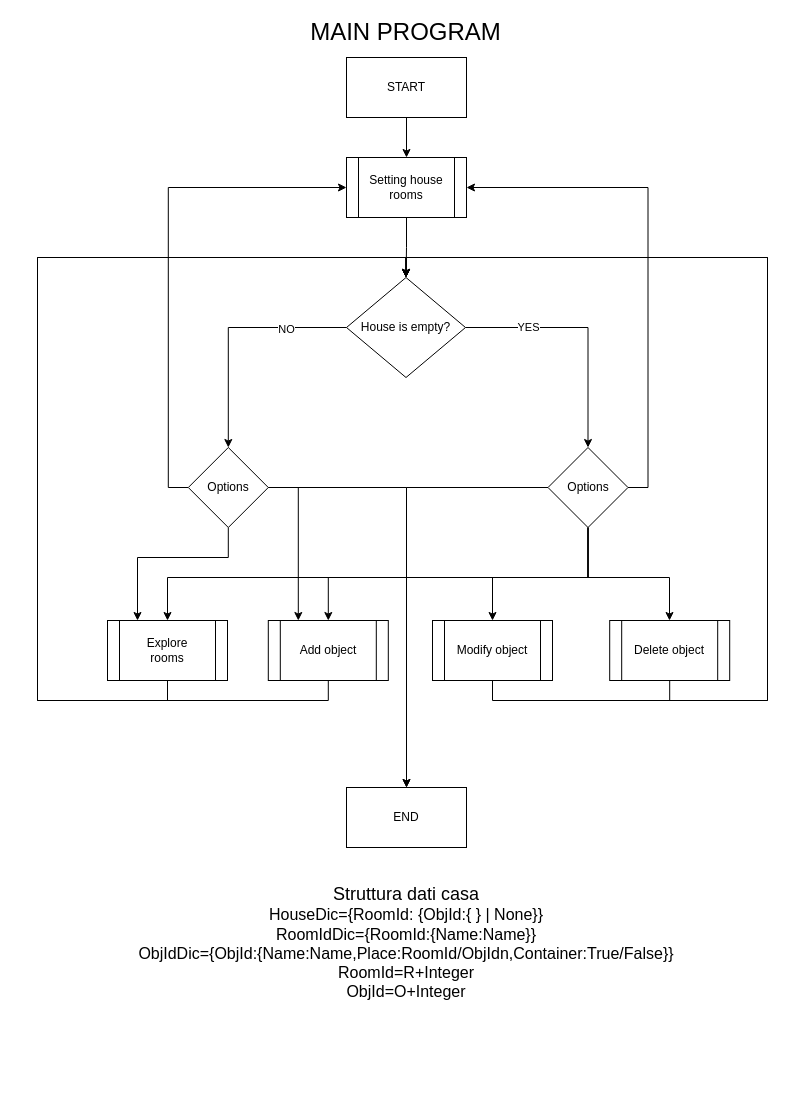
The draw.io diagram page "Main" (1 of 8) of projects/final-project/House_catalog.drawio in tomorrowdevs-projects/programming-basics-recursion, before the edit. Source tidied: cells renumbered, new cells numbered last; positions are measured from the earlier drawing's top-left corner, leaving out a move shared by most shapes. Both pictures are drawn from the tidied source at 100%, with x=0, y=0 at pixel (37, 17).
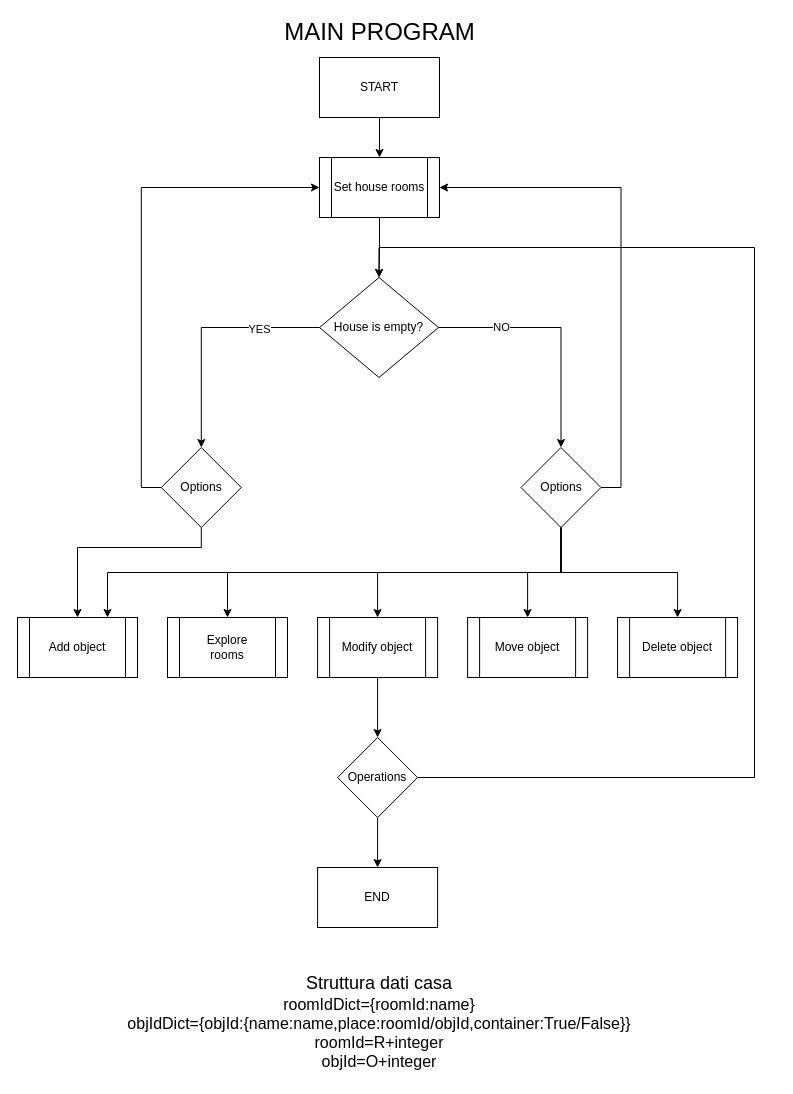
After the change.

Unchanged cells that the change refers to:
```xml
<mxCell id="15" style="edgeStyle=orthogonalEdgeStyle;rounded=0;jettySize=auto;html=1;" parent="1" edge="1" source="19" target="26">
  <mxGeometry relative="1" as="geometry" />
</mxCell>
<mxCell id="17" style="edgeStyle=orthogonalEdgeStyle;rounded=0;jettySize=auto;html=1;" parent="1" edge="1" source="19" target="31">
  <mxGeometry relative="1" as="geometry" />
</mxCell>
```

Diff of the diagram source:
```diff
@@
     <mxCell id="2" value="&lt;font style=&quot;font-size: 24px;&quot;&gt;MAIN PROGRAM&lt;/font&gt;" style="text;html=1;align=center;verticalAlign=middle;whiteSpace=wrap;rounded=0;" parent="1" vertex="1">
-      <mxGeometry x="261" width="215" height="30" as="geometry" />
+      <mxGeometry x="234.5" width="215" height="30" as="geometry" />
     </mxCell>
@@
-    <mxCell id="4" value="Setting house rooms" style="shape=process;whiteSpace=wrap;html=1;backgroundOutline=1;" parent="1" vertex="1">
-      <mxGeometry x="309" y="140" width="120" height="60" as="geometry" />
+    <mxCell id="4" value="Set house rooms" style="shape=process;whiteSpace=wrap;html=1;backgroundOutline=1;" parent="1" vertex="1">
+      <mxGeometry x="282" y="140" width="120" height="60" as="geometry" />
     </mxCell>
-    <mxCell id="5" style="edgeStyle=orthogonalEdgeStyle;rounded=0;jettySize=auto;html=1;exitX=0.5;exitY=1;exitDx=0;exitDy=0;entryX=0.5;entryY=0;entryDx=0;entryDy=0;" parent="1" edge="1" source="6" target="19">
-      <mxGeometry relative="1" as="geometry">
-        <Array as="points">
-          <mxPoint x="130" y="683" />
-          <mxPoint y="683" />
-          <mxPoint y="240" />
-          <mxPoint x="369" y="240" />
-        </Array>
-      </mxGeometry>
-    </mxCell>
     <mxCell id="6" value="Explore&lt;div&gt;rooms&lt;/div&gt;" style="shape=process;whiteSpace=wrap;html=1;backgroundOutline=1;" parent="1" vertex="1">
-      <mxGeometry x="70" y="603" width="120" height="60" as="geometry" />
+      <mxGeometry x="130" y="600" width="120" height="60" as="geometry" />
     </mxCell>
@@
     <mxCell id="8" value="START" style="rounded=0;whiteSpace=wrap;html=1;" parent="1" vertex="1">
-      <mxGeometry x="309" y="40" width="120" height="60" as="geometry" />
+      <mxGeometry x="282" y="40" width="120" height="60" as="geometry" />
     </mxCell>
-    <mxCell id="9" style="edgeStyle=orthogonalEdgeStyle;rounded=0;jettySize=auto;html=1;exitX=0.5;exitY=1;exitDx=0;exitDy=0;entryX=0.5;entryY=0;entryDx=0;entryDy=0;" parent="1" edge="1" source="10" target="19">
-      <mxGeometry relative="1" as="geometry">
-        <Array as="points">
-          <mxPoint x="291" y="683" />
-          <mxPoint y="683" />
-          <mxPoint y="240" />
-          <mxPoint x="369" y="240" />
-        </Array>
-      </mxGeometry>
-    </mxCell>
     <mxCell id="10" value="Add object" style="shape=process;whiteSpace=wrap;html=1;backgroundOutline=1;" parent="1" vertex="1">
-      <mxGeometry x="230.8" y="603" width="120" height="60" as="geometry" />
+      <mxGeometry x="-20" y="600" width="120" height="60" as="geometry" />
     </mxCell>
-    <mxCell id="11" style="edgeStyle=orthogonalEdgeStyle;rounded=0;jettySize=auto;html=1;exitX=0.5;exitY=1;exitDx=0;exitDy=0;entryX=0.5;entryY=0;entryDx=0;entryDy=0;" parent="1" edge="1" source="12" target="19">
-      <mxGeometry relative="1" as="geometry">
-        <Array as="points">
-          <mxPoint x="455" y="683" />
-          <mxPoint x="730" y="683" />
-          <mxPoint x="730" y="240" />
-          <mxPoint x="369" y="240" />
-        </Array>
-      </mxGeometry>
-    </mxCell>
+    <mxCell id="34" style="edgeStyle=orthogonalEdgeStyle;rounded=0;jettySize=auto;html=1;" parent="1" edge="1" source="12" target="39">
+      <mxGeometry relative="1" as="geometry" />
+    </mxCell>
     <mxCell id="12" value="Modify object" style="shape=process;whiteSpace=wrap;html=1;backgroundOutline=1;" parent="1" vertex="1">
-      <mxGeometry x="395" y="603" width="120" height="60" as="geometry" />
+      <mxGeometry x="280.1" y="600" width="120" height="60" as="geometry" />
     </mxCell>
-    <mxCell id="13" style="edgeStyle=orthogonalEdgeStyle;rounded=0;jettySize=auto;html=1;exitX=0.5;exitY=1;exitDx=0;exitDy=0;entryX=0.5;entryY=0;entryDx=0;entryDy=0;" parent="1" edge="1" source="14" target="19">
-      <mxGeometry relative="1" as="geometry">
-        <Array as="points">
-          <mxPoint x="632" y="683" />
-          <mxPoint x="730" y="683" />
-          <mxPoint x="730" y="240" />
-          <mxPoint x="369" y="240" />
-        </Array>
-      </mxGeometry>
-    </mxCell>
     <mxCell id="14" value="Delete object" style="shape=process;whiteSpace=wrap;html=1;backgroundOutline=1;" parent="1" vertex="1">
-      <mxGeometry x="572.2" y="603" width="120" height="60" as="geometry" />
+      <mxGeometry x="580.1" y="600" width="120" height="60" as="geometry" />
     </mxCell>
@@
-    <mxCell id="16" value="YES" style="edgeLabel;html=1;align=center;verticalAlign=middle;" parent="15" vertex="1">
+    <mxCell id="16" value="NO" style="edgeLabel;html=1;align=center;verticalAlign=middle;" parent="15" vertex="1">
       <mxGeometry x="-0.49" y="1" relative="1" as="geometry" />
     </mxCell>
@@
-    <mxCell id="18" value="NO" style="edgeLabel;html=1;align=center;verticalAlign=middle;" parent="17" vertex="1">
+    <mxCell id="18" value="YES" style="edgeLabel;html=1;align=center;verticalAlign=middle;" parent="17" vertex="1">
       <mxGeometry x="-0.49" y="1" relative="1" as="geometry" />
     </mxCell>
     <mxCell id="19" value="House is empty?" style="rhombus;whiteSpace=wrap;html=1;" parent="1" vertex="1">
-      <mxGeometry x="309" y="260" width="119" height="100" as="geometry" />
+      <mxGeometry x="282" y="260" width="119" height="100" as="geometry" />
     </mxCell>
-    <mxCell id="20" style="edgeStyle=orthogonalEdgeStyle;rounded=0;jettySize=auto;html=1;exitX=0.5;exitY=1;exitDx=0;exitDy=0;" parent="1" edge="1" source="26" target="14">
-      <mxGeometry relative="1" as="geometry">
-        <Array as="points">
-          <mxPoint x="551" y="560" />
-          <mxPoint x="632" y="560" />
-        </Array>
-      </mxGeometry>
-    </mxCell>
-    <mxCell id="21" style="edgeStyle=orthogonalEdgeStyle;rounded=0;jettySize=auto;html=1;exitX=0.5;exitY=1;exitDx=0;exitDy=0;entryX=0.5;entryY=0;entryDx=0;entryDy=0;" parent="1" edge="1" source="26" target="12">
-      <mxGeometry relative="1" as="geometry">
-        <Array as="points">
-          <mxPoint x="551" y="560" />
-          <mxPoint x="455" y="560" />
-        </Array>
-      </mxGeometry>
-    </mxCell>
+    <mxCell id="24" style="edgeStyle=orthogonalEdgeStyle;rounded=0;jettySize=auto;html=1;exitX=1;exitY=0.5;exitDx=0;exitDy=0;entryX=1;entryY=0.5;entryDx=0;entryDy=0;" parent="1" edge="1" source="26" target="4">
+      <mxGeometry relative="1" as="geometry" />
+    </mxCell>
-    <mxCell id="22" style="edgeStyle=orthogonalEdgeStyle;rounded=0;jettySize=auto;html=1;exitX=0.5;exitY=1;exitDx=0;exitDy=0;entryX=0.5;entryY=0;entryDx=0;entryDy=0;" parent="1" edge="1" source="26" target="10">
-      <mxGeometry relative="1" as="geometry">
-        <Array as="points">
-          <mxPoint x="551" y="560" />
-          <mxPoint x="291" y="560" />
-        </Array>
-      </mxGeometry>
+    <mxCell id="22" style="edgeStyle=orthogonalEdgeStyle;rounded=0;jettySize=auto;html=1;exitX=0.5;exitY=1;exitDx=0;exitDy=0;entryX=0.75;entryY=0;entryDx=0;entryDy=0;" parent="1" edge="1" source="26" target="10">
+      <mxGeometry relative="1" as="geometry" />
     </mxCell>
     <mxCell id="23" style="edgeStyle=orthogonalEdgeStyle;rounded=0;jettySize=auto;html=1;exitX=0.5;exitY=1;exitDx=0;exitDy=0;entryX=0.5;entryY=0;entryDx=0;entryDy=0;" parent="1" edge="1" source="26" target="6">
-      <mxGeometry relative="1" as="geometry">
-        <Array as="points">
-          <mxPoint x="551" y="560" />
-          <mxPoint x="130" y="560" />
-        </Array>
-      </mxGeometry>
+      <mxGeometry relative="1" as="geometry" />
     </mxCell>
-    <mxCell id="24" style="edgeStyle=orthogonalEdgeStyle;rounded=0;jettySize=auto;html=1;exitX=1;exitY=0.5;exitDx=0;exitDy=0;entryX=1;entryY=0.5;entryDx=0;entryDy=0;" parent="1" edge="1" source="26" target="4">
-      <mxGeometry relative="1" as="geometry" />
-    </mxCell>
-    <mxCell id="25" style="edgeStyle=orthogonalEdgeStyle;rounded=0;jettySize=auto;html=1;exitX=0;exitY=0.5;exitDx=0;exitDy=0;entryX=0.5;entryY=0;entryDx=0;entryDy=0;" parent="1" edge="1" source="26" target="32">
-      <mxGeometry relative="1" as="geometry" />
-    </mxCell>
+    <mxCell id="21" style="edgeStyle=orthogonalEdgeStyle;rounded=0;jettySize=auto;html=1;exitX=0.5;exitY=1;exitDx=0;exitDy=0;entryX=0.5;entryY=0;entryDx=0;entryDy=0;" parent="1" edge="1" source="26" target="12">
+      <mxGeometry relative="1" as="geometry" />
+    </mxCell>
+    <mxCell id="35" style="edgeStyle=orthogonalEdgeStyle;rounded=0;jettySize=auto;html=1;exitX=0.5;exitY=1;exitDx=0;exitDy=0;entryX=0.5;entryY=0;entryDx=0;entryDy=0;" parent="1" edge="1" source="26" target="36">
+      <mxGeometry relative="1" as="geometry" />
+    </mxCell>
+    <mxCell id="20" style="edgeStyle=orthogonalEdgeStyle;rounded=0;jettySize=auto;html=1;exitX=0.5;exitY=1;exitDx=0;exitDy=0;entryX=0.5;entryY=0;entryDx=0;entryDy=0;" parent="1" edge="1" source="26" target="14">
+      <mxGeometry relative="1" as="geometry" />
+    </mxCell>
     <mxCell id="26" value="Options" style="rhombus;whiteSpace=wrap;html=1;" parent="1" vertex="1">
-      <mxGeometry x="510.5" y="430" width="80" height="80" as="geometry" />
+      <mxGeometry x="483.5" y="430" width="80" height="80" as="geometry" />
     </mxCell>
-    <mxCell id="27" style="edgeStyle=orthogonalEdgeStyle;rounded=0;jettySize=auto;html=1;exitX=0.5;exitY=1;exitDx=0;exitDy=0;entryX=0.25;entryY=0;entryDx=0;entryDy=0;" parent="1" edge="1" source="31" target="6">
-      <mxGeometry relative="1" as="geometry">
-        <Array as="points">
-          <mxPoint x="191" y="540" />
-          <mxPoint x="100" y="540" />
-        </Array>
-      </mxGeometry>
-    </mxCell>
+    <mxCell id="29" style="edgeStyle=orthogonalEdgeStyle;rounded=0;jettySize=auto;html=1;exitX=0;exitY=0.5;exitDx=0;exitDy=0;entryX=0;entryY=0.5;entryDx=0;entryDy=0;" parent="1" edge="1" source="31" target="4">
+      <mxGeometry relative="1" as="geometry" />
+    </mxCell>
-    <mxCell id="28" style="edgeStyle=orthogonalEdgeStyle;rounded=0;jettySize=auto;html=1;exitX=1;exitY=0.5;exitDx=0;exitDy=0;entryX=0.25;entryY=0;entryDx=0;entryDy=0;" parent="1" edge="1" source="31" target="10">
-      <mxGeometry relative="1" as="geometry" />
+    <mxCell id="28" style="edgeStyle=orthogonalEdgeStyle;rounded=0;jettySize=auto;html=1;exitX=0.5;exitY=1;exitDx=0;exitDy=0;entryX=0.5;entryY=0;entryDx=0;entryDy=0;" parent="1" edge="1" source="31" target="10">
+      <mxGeometry relative="1" as="geometry">
+        <Array as="points">
+          <mxPoint x="164" y="530" />
+          <mxPoint x="40" y="530" />
+        </Array>
+      </mxGeometry>
     </mxCell>
-    <mxCell id="29" style="edgeStyle=orthogonalEdgeStyle;rounded=0;jettySize=auto;html=1;exitX=0;exitY=0.5;exitDx=0;exitDy=0;entryX=0;entryY=0.5;entryDx=0;entryDy=0;" parent="1" edge="1" source="31" target="4">
-      <mxGeometry relative="1" as="geometry" />
-    </mxCell>
-    <mxCell id="30" style="edgeStyle=orthogonalEdgeStyle;rounded=0;jettySize=auto;html=1;exitX=1;exitY=0.5;exitDx=0;exitDy=0;entryX=0.5;entryY=0;entryDx=0;entryDy=0;" parent="1" edge="1" source="31" target="32">
-      <mxGeometry relative="1" as="geometry" />
-    </mxCell>
     <mxCell id="31" value="Options" style="rhombus;whiteSpace=wrap;html=1;" parent="1" vertex="1">
-      <mxGeometry x="150.8" y="430" width="80" height="80" as="geometry" />
+      <mxGeometry x="123.8" y="430" width="80" height="80" as="geometry" />
     </mxCell>
     <mxCell id="32" value="END" style="rounded=0;whiteSpace=wrap;html=1;" parent="1" vertex="1">
-      <mxGeometry x="309" y="770" width="120" height="60" as="geometry" />
+      <mxGeometry x="280.1" y="850" width="120" height="60" as="geometry" />
     </mxCell>
-    <mxCell id="33" value="&lt;font style=&quot;font-size: 18px;&quot;&gt;Struttura dati casa&lt;/font&gt;&lt;div&gt;&lt;font size=&quot;3&quot;&gt;HouseDic={RoomId: {ObjId:{ } | None}}&lt;/font&gt;&lt;/div&gt;&lt;div&gt;&lt;font size=&quot;3&quot;&gt;RoomIdDic={RoomId:{Name:Name}}&lt;/font&gt;&lt;/div&gt;&lt;div&gt;&lt;span style=&quot;font-size: medium;&quot;&gt;ObjIdDic={ObjId:{Name:Name,Place:RoomId/ObjIdn,Container:True/False}}&lt;/span&gt;&lt;font size=&quot;3&quot;&gt;&lt;br&gt;&lt;/font&gt;&lt;/div&gt;&lt;div&gt;&lt;span style=&quot;background-color: initial; font-size: medium;&quot;&gt;RoomId=R+Integer&lt;/span&gt;&lt;/div&gt;&lt;div&gt;&lt;span style=&quot;background-color: initial; font-size: medium;&quot;&gt;ObjId=O+Integer&lt;/span&gt;&lt;/div&gt;" style="text;html=1;align=center;verticalAlign=middle;whiteSpace=wrap;rounded=0;" parent="1" vertex="1">
-      <mxGeometry x="99" y="870" width="540" height="110" as="geometry" />
+    <mxCell id="33" value="&lt;font style=&quot;font-size: 18px;&quot;&gt;Struttura dati casa&lt;/font&gt;&lt;div&gt;&lt;font size=&quot;3&quot;&gt;roomIdDict={roomId:name}&lt;/font&gt;&lt;/div&gt;&lt;div&gt;&lt;span style=&quot;font-size: medium;&quot;&gt;objIdDict={objId:{name:name,place:roomId/objId,container:True/False}}&lt;/span&gt;&lt;font size=&quot;3&quot;&gt;&lt;br&gt;&lt;/font&gt;&lt;/div&gt;&lt;div&gt;&lt;span style=&quot;background-color: initial; font-size: medium;&quot;&gt;roomId=R+integer&lt;/span&gt;&lt;/div&gt;&lt;div&gt;&lt;span style=&quot;background-color: initial; font-size: medium;&quot;&gt;objId=O+integer&lt;/span&gt;&lt;/div&gt;" style="text;html=1;align=center;verticalAlign=middle;whiteSpace=wrap;rounded=0;" parent="1" vertex="1">
+      <mxGeometry x="83" y="950" width="518" height="110" as="geometry" />
     </mxCell>
+    <mxCell id="36" value="Move object" style="shape=process;whiteSpace=wrap;html=1;backgroundOutline=1;" parent="1" vertex="1">
+      <mxGeometry x="430.1" y="600" width="120" height="60" as="geometry" />
+    </mxCell>
+    <mxCell id="37" style="edgeStyle=orthogonalEdgeStyle;rounded=0;jettySize=auto;html=1;exitX=0.5;exitY=1;exitDx=0;exitDy=0;entryX=0.5;entryY=0;entryDx=0;entryDy=0;" parent="1" edge="1" source="39" target="32">
+      <mxGeometry relative="1" as="geometry" />
+    </mxCell>
+    <mxCell id="38" style="edgeStyle=orthogonalEdgeStyle;rounded=0;jettySize=auto;html=1;exitX=1;exitY=0.5;exitDx=0;exitDy=0;entryX=0.5;entryY=0;entryDx=0;entryDy=0;" parent="1" edge="1" source="39" target="19">
+      <mxGeometry relative="1" as="geometry">
+        <Array as="points">
+          <mxPoint x="717" y="760" />
+          <mxPoint x="717" y="230" />
+          <mxPoint x="342" y="230" />
+        </Array>
+      </mxGeometry>
+    </mxCell>
+    <mxCell id="39" value="Operations" style="rhombus;whiteSpace=wrap;html=1;" parent="1" vertex="1">
+      <mxGeometry x="300.1" y="720" width="80" height="80" as="geometry" />
+    </mxCell>
```
